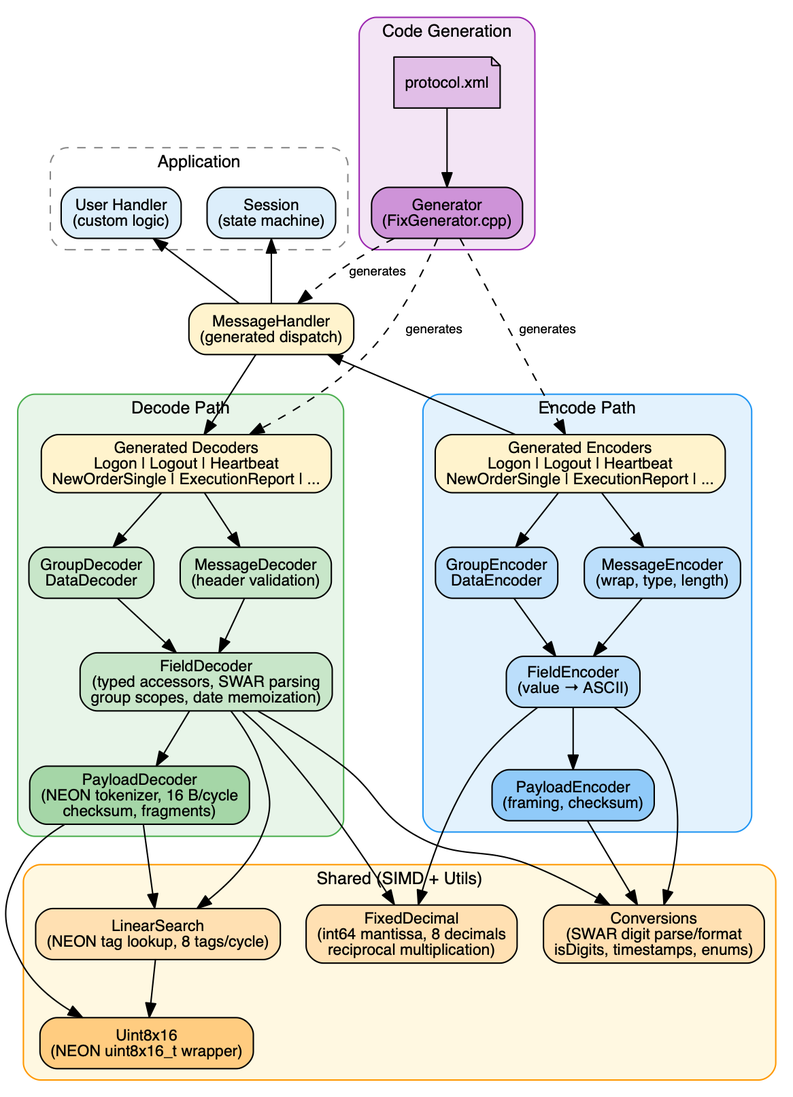
Earlier version of the Graphviz export doc/architecture.png (FredrikJDahlberg/simdfix). Its source is kept beside it as doc/architecture.dot.
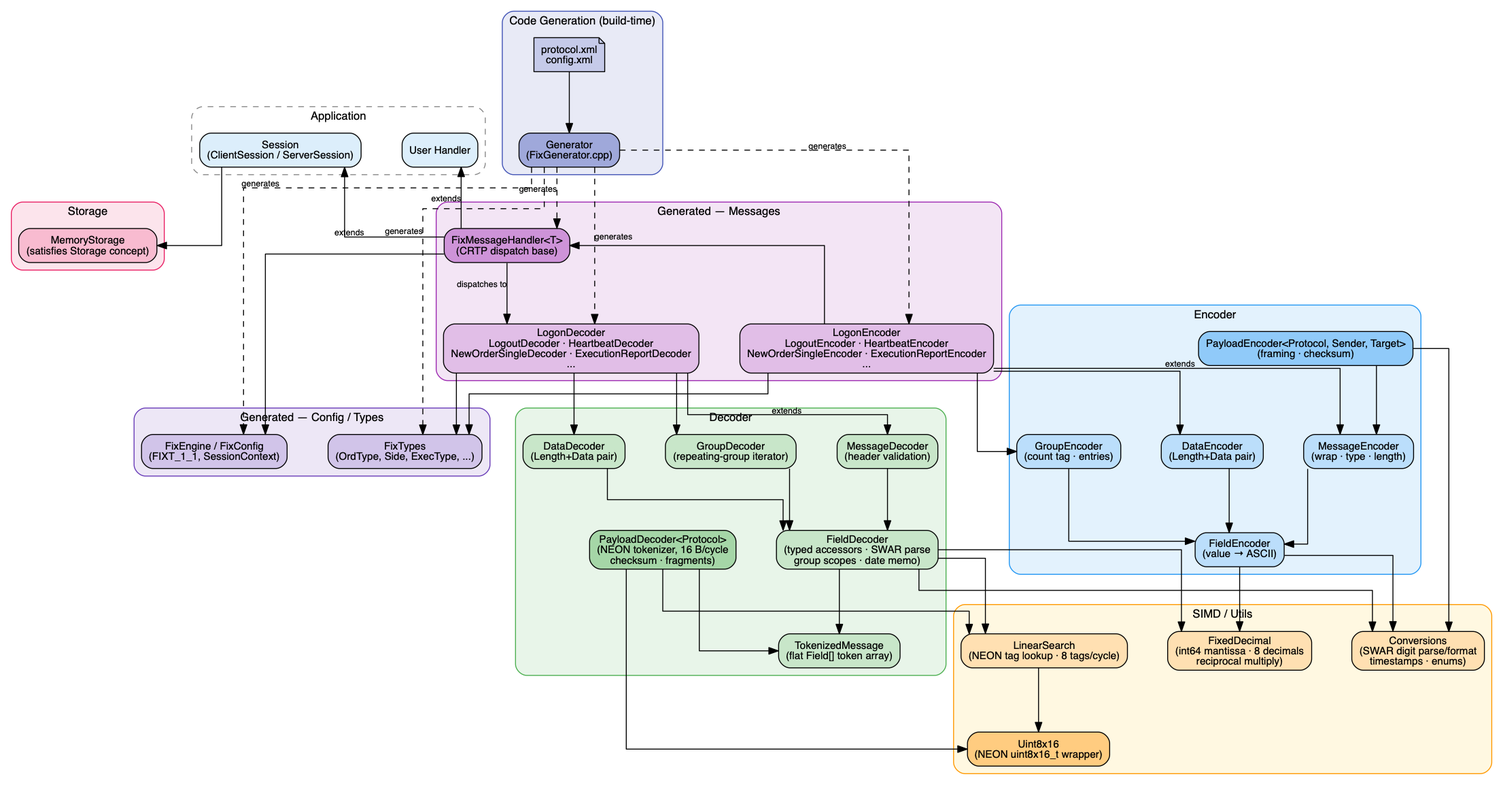
The same diagram one commit later.

The edit, as a diff of the source:
```diff
@@ -1,6 +1,9 @@
 digraph simdfix {
     rankdir=TB;
     fontname="Helvetica";
+    nodesep=0.6;
+    ranksep=0.9;
+    splines=ortho;
     node [fontname="Helvetica", fontsize=11, shape=box, style="rounded,filled", fillcolor="#f5f5f5"];
     edge [fontname="Helvetica", fontsize=9];
 
@@ -9,94 +12,137 @@
         style="rounded,dashed";
         color="#888888";
         fontsize=12;
-
-        Session [label="Session\n(state machine)", fillcolor="#dceefb"];
-        UserApp [label="User Handler\n(custom logic)", fillcolor="#dceefb"];
+        Session [label="Session\n(ClientSession / ServerSession)", fillcolor="#dceefb"];
+        UserApp [label="User Handler", fillcolor="#dceefb"];
     }
 
-    MessageHandler [label="MessageHandler\n(generated dispatch)", fillcolor="#fff3cd"];
+    subgraph cluster_gen_messages {
+        label="Generated — Messages";
+        style="rounded,filled";
+        fillcolor="#f3e5f5";
+        color="#9c27b0";
+        fontsize=12;
 
-    Session -> MessageHandler [dir=back];
-    UserApp -> MessageHandler [dir=back];
+        FixMessageHandler [label="FixMessageHandler\<T\>\n(CRTP dispatch base)", fillcolor="#ce93d8"];
+        GenDecoders [label="LogonDecoder\nLogoutDecoder · HeartbeatDecoder\nNewOrderSingleDecoder · ExecutionReportDecoder\n...", fillcolor="#e1bee7"];
+        GenEncoders [label="LogonEncoder\nLogoutEncoder · HeartbeatEncoder\nNewOrderSingleEncoder · ExecutionReportEncoder\n...", fillcolor="#e1bee7"];
+    }
+
+    subgraph cluster_gen_config {
+        label="Generated — Config / Types";
+        style="rounded,filled";
+        fillcolor="#ede7f6";
+        color="#673ab7";
+        fontsize=12;
+
+        FixTypes  [label="FixTypes\n(OrdType, Side, ExecType, ...)", fillcolor="#d1c4e9"];
+        FixEngine [label="FixEngine / FixConfig\n(FIXT_1_1, SessionContext)", fillcolor="#d1c4e9"];
+    }
 
     subgraph cluster_decode {
-        label="Decode Path";
+        label="Decoder";
         style="rounded,filled";
         fillcolor="#e8f5e9";
         color="#4caf50";
         fontsize=12;
 
-        GenDecoders [label="Generated Decoders\nLogon | Logout | Heartbeat\nNewOrderSingle | ExecutionReport | ...", fillcolor="#fff3cd"];
-        GroupDecoder [label="GroupDecoder\nDataDecoder", fillcolor="#c8e6c9"];
-        MessageDecoder [label="MessageDecoder\n(header validation)", fillcolor="#c8e6c9"];
-        FieldDecoder [label="FieldDecoder\n(typed accessors, SWAR parsing\ngroup scopes, date memoization)", fillcolor="#c8e6c9"];
-        PayloadDecoder [label="PayloadDecoder\n(NEON tokenizer, 16 B/cycle\nchecksum, fragments)", fillcolor="#a5d6a7"];
+        PayloadDecoder  [label="PayloadDecoder\<Protocol\>\n(NEON tokenizer, 16 B/cycle\nchecksum · fragments)", fillcolor="#a5d6a7"];
+        TokenizedMessage [label="TokenizedMessage\n(flat Field[] token array)", fillcolor="#c8e6c9"];
+        MessageDecoder  [label="MessageDecoder\n(header validation)", fillcolor="#c8e6c9"];
+        FieldDecoder    [label="FieldDecoder\n(typed accessors · SWAR parse\ngroup scopes · date memo)", fillcolor="#c8e6c9"];
+        GroupDecoder    [label="GroupDecoder\n(repeating-group iterator)", fillcolor="#c8e6c9"];
+        DataDecoder     [label="DataDecoder\n(Length+Data pair)", fillcolor="#c8e6c9"];
     }
 
     subgraph cluster_encode {
-        label="Encode Path";
+        label="Encoder";
         style="rounded,filled";
         fillcolor="#e3f2fd";
         color="#2196f3";
         fontsize=12;
 
-        GenEncoders [label="Generated Encoders\nLogon | Logout | Heartbeat\nNewOrderSingle | ExecutionReport | ...", fillcolor="#fff3cd"];
-        GroupEncoder [label="GroupEncoder\nDataEncoder", fillcolor="#bbdefb"];
-        MessageEncoder [label="MessageEncoder\n(wrap, type, length)", fillcolor="#bbdefb"];
-        FieldEncoder [label="FieldEncoder\n(value → ASCII)", fillcolor="#bbdefb"];
-        PayloadEncoder [label="PayloadEncoder\n(framing, checksum)", fillcolor="#90caf9"];
+        PayloadEncoder [label="PayloadEncoder\<Protocol, Sender, Target\>\n(framing · checksum)", fillcolor="#90caf9"];
+        MessageEncoder [label="MessageEncoder\n(wrap · type · length)", fillcolor="#bbdefb"];
+        FieldEncoder   [label="FieldEncoder\n(value → ASCII)", fillcolor="#bbdefb"];
+        GroupEncoder   [label="GroupEncoder\n(count tag · entries)", fillcolor="#bbdefb"];
+        DataEncoder    [label="DataEncoder\n(Length+Data pair)", fillcolor="#bbdefb"];
     }
 
-    MessageHandler -> GenDecoders;
-    GenDecoders -> GroupDecoder;
-    GenDecoders -> MessageDecoder;
-    GroupDecoder -> FieldDecoder;
-    MessageDecoder -> FieldDecoder;
-    FieldDecoder -> PayloadDecoder;
-
-    MessageHandler -> GenEncoders [dir=back];
-    GenEncoders -> GroupEncoder;
-    GenEncoders -> MessageEncoder;
-    GroupEncoder -> FieldEncoder;
-    MessageEncoder -> FieldEncoder;
-    FieldEncoder -> PayloadEncoder;
-
     subgraph cluster_shared {
-        label="Shared (SIMD + Utils)";
+        label="SIMD / Utils";
         style="rounded,filled";
         fillcolor="#fff8e1";
         color="#ff9800";
         fontsize=12;
 
-        LinearSearch [label="LinearSearch\n(NEON tag lookup, 8 tags/cycle)", fillcolor="#ffe0b2"];
-        Uint8x16 [label="Uint8x16\n(NEON uint8x16_t wrapper)", fillcolor="#ffcc80"];
-        Conversions [label="Conversions\n(SWAR digit parse/format\nisDigits, timestamps, enums)", fillcolor="#ffe0b2"];
-        FixedDecimal [label="FixedDecimal\n(int64 mantissa, 8 decimals\nreciprocal multiplication)", fillcolor="#ffe0b2"];
+        Uint8x16      [label="Uint8x16\n(NEON uint8x16_t wrapper)", fillcolor="#ffcc80"];
+        LinearSearch  [label="LinearSearch\n(NEON tag lookup · 8 tags/cycle)", fillcolor="#ffe0b2"];
+        Conversions   [label="Conversions\n(SWAR digit parse/format\ntimestamps · enums)", fillcolor="#ffe0b2"];
+        FixedDecimal  [label="FixedDecimal\n(int64 mantissa · 8 decimals\nreciprocal multiply)", fillcolor="#ffe0b2"];
     }
+
+    subgraph cluster_storage {
+        label="Storage";
+        style="rounded,filled";
+        fillcolor="#fce4ec";
+        color="#e91e63";
+        fontsize=12;
+
+        MemoryStorage [label="MemoryStorage\n(satisfies Storage concept)", fillcolor="#f8bbd0"];
+    }
+
+    subgraph cluster_codegen {
+        label="Code Generation (build-time)";
+        style="rounded,filled";
+        fillcolor="#e8eaf6";
+        color="#3f51b5";
+        fontsize=12;
+
+        XmlInputs [label="protocol.xml\nconfig.xml", shape=note, fillcolor="#c5cae9"];
+        Generator [label="Generator\n(FixGenerator.cpp)", fillcolor="#9fa8da"];
+    }
+
+    Session -> FixMessageHandler [dir=back, xlabel="extends"];
+    UserApp -> FixMessageHandler [dir=back, xlabel="extends"];
+    Session -> MemoryStorage;
+
+    FixMessageHandler -> GenDecoders  [xlabel="dispatches to"];
+    FixMessageHandler -> GenEncoders  [dir=back];
+    GenDecoders -> MessageDecoder     [xlabel="extends"];
+    GenDecoders -> GroupDecoder;
+    GenDecoders -> DataDecoder;
+    GenEncoders -> MessageEncoder     [xlabel="extends"];
+    GenEncoders -> GroupEncoder;
+    GenEncoders -> DataEncoder;
+    GenDecoders -> FixTypes;
+    GenEncoders -> FixTypes;
+    FixMessageHandler -> FixEngine;
+
+    PayloadDecoder  -> TokenizedMessage;
+    MessageDecoder  -> FieldDecoder;
+    GroupDecoder    -> FieldDecoder;
+    DataDecoder     -> FieldDecoder;
+    FieldDecoder    -> TokenizedMessage;
+
+    MessageEncoder -> FieldEncoder;
+    GroupEncoder   -> FieldEncoder;
+    DataEncoder    -> FieldEncoder;
+    PayloadEncoder -> MessageEncoder;
 
     PayloadDecoder -> LinearSearch;
     PayloadDecoder -> Uint8x16;
-    FieldDecoder -> LinearSearch;
-    FieldDecoder -> Conversions;
-    FieldDecoder -> FixedDecimal;
+    LinearSearch   -> Uint8x16;
+    FieldDecoder   -> LinearSearch;
+    FieldDecoder   -> Conversions;
+    FieldDecoder   -> FixedDecimal;
+    FieldEncoder   -> Conversions;
+    FieldEncoder   -> FixedDecimal;
     PayloadEncoder -> Conversions;
-    FieldEncoder -> Conversions;
-    FieldEncoder -> FixedDecimal;
-    LinearSearch -> Uint8x16;
 
-    subgraph cluster_gen {
-        label="Code Generation";
-        style="rounded,filled";
-        fillcolor="#f3e5f5";
-        color="#9c27b0";
-        fontsize=12;
-
-        ProtocolXml [label="protocol.xml", shape=note, fillcolor="#e1bee7"];
-        Generator [label="Generator\n(FixGenerator.cpp)", fillcolor="#ce93d8"];
-    }
-
-    ProtocolXml -> Generator;
-    Generator -> GenDecoders [style=dashed, label="generates"];
-    Generator -> GenEncoders [style=dashed, label="generates"];
-    Generator -> MessageHandler [style=dashed, label="generates"];
+    XmlInputs -> Generator;
+    Generator -> GenDecoders       [style=dashed, xlabel="generates"];
+    Generator -> GenEncoders       [style=dashed, xlabel="generates"];
+    Generator -> FixMessageHandler [style=dashed, xlabel="generates"];
+    Generator -> FixTypes          [style=dashed, xlabel="generates"];
+    Generator -> FixEngine         [style=dashed, xlabel="generates"];
 }
```
